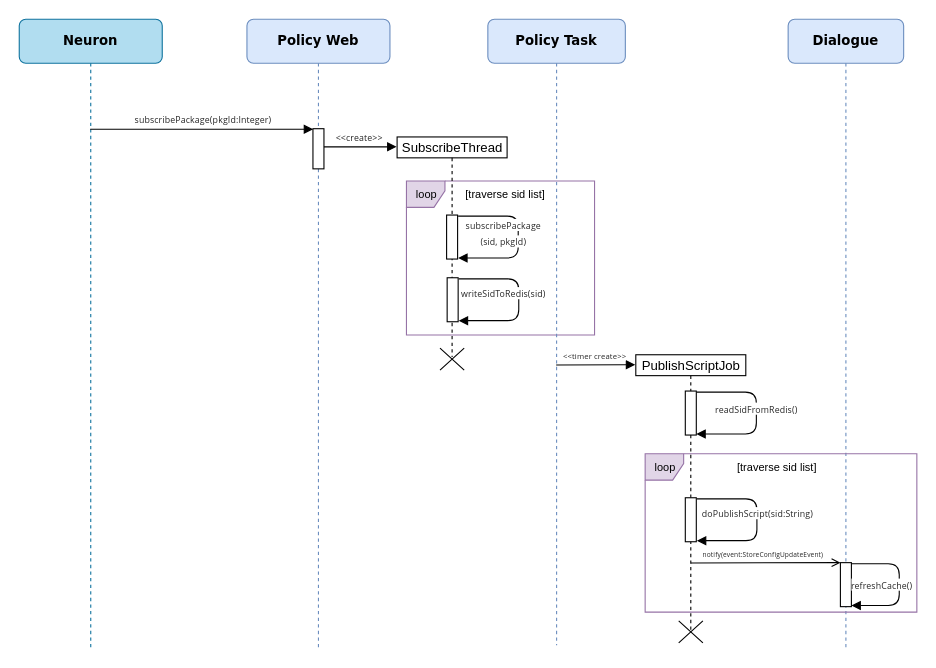
Above: leyan/dxm/Sequence Diagram 4.drawio in GeekKwok/UML (draw.io), before the change. Source tidied: cells renumbered, new cells numbered last; positions are measured from the earlier drawing's top-left corner, leaving out a move shared by most shapes. Both pictures are drawn from the tidied source at 110%, with x=0, y=0 at pixel (19, 19).
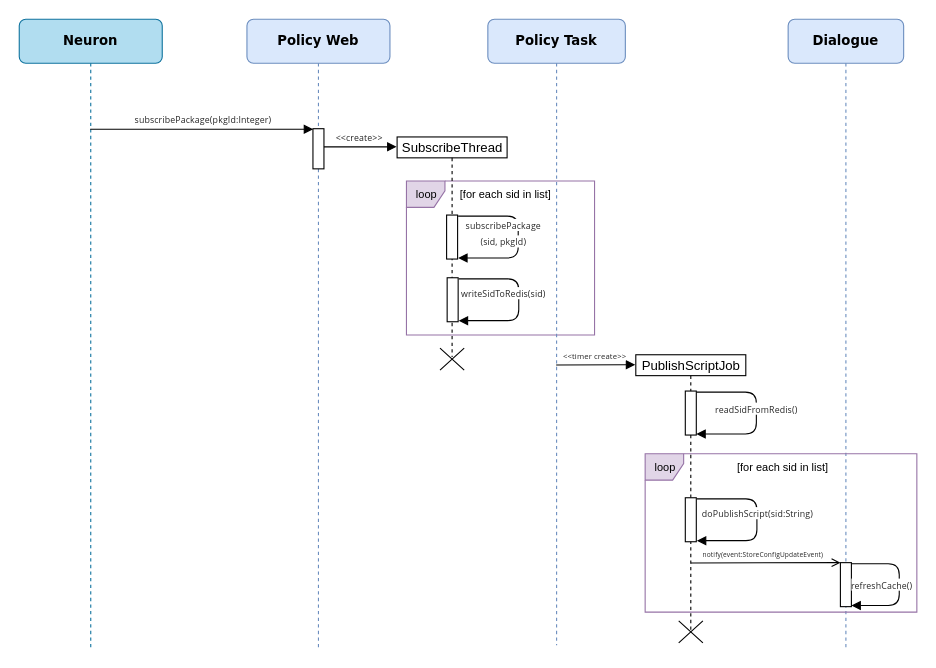
The same diagram, later.

The edit, as a diff of the source:
```diff
@@
-    <mxCell id="13" value="[traverse sid list]" style="text;fontSize=10;" parent="1" vertex="1">
-      <mxGeometry x="404" y="147" width="80" height="20" as="geometry" />
+    <mxCell id="13" value="[for each sid in list]" style="text;fontSize=10;" parent="1" vertex="1">
+      <mxGeometry x="399" y="147" width="80" height="20" as="geometry" />
     </mxCell>
@@
-    <mxCell id="23" value="[traverse sid list]" style="text;fontSize=10;" parent="1" vertex="1">
+    <mxCell id="23" value="[for each sid in list]" style="text;fontSize=10;" parent="1" vertex="1">
       <mxGeometry x="651" y="395" width="80" height="20" as="geometry" />
     </mxCell>
```
